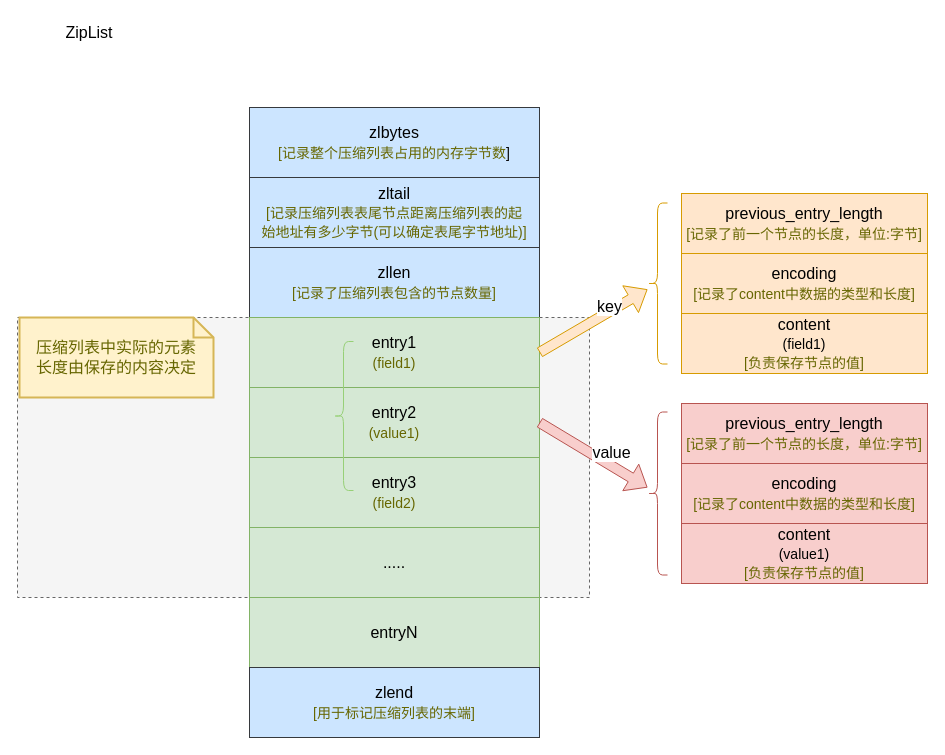
The draw.io diagram page "Redis-Hash" (2 of 6) of Redis/Redis.drawio in zhangyuying-cn/images, before the edit. Source tidied: cells renumbered, new cells numbered last; positions are measured from the earlier drawing's top-left corner, leaving out a move shared by most shapes. Both pictures are drawn from the tidied source at 100%, with x=0, y=0 at pixel (17, 17).
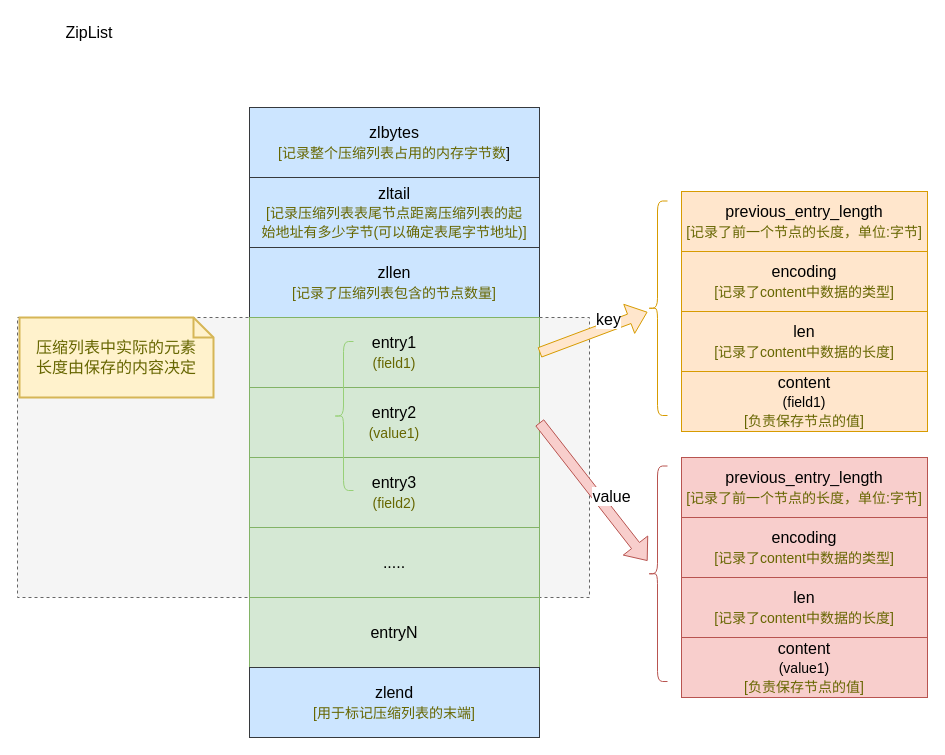
The same diagram, later.

Commit message (it also covers changes not shown here):
Hash-ziplist内存结构

Change to the diagram source:
```diff
@@
     <mxCell id="11" value="previous_entry_length&lt;br&gt;&lt;font color=&quot;#666600&quot; style=&quot;font-size: 14px;&quot;&gt;[&lt;/font&gt;&lt;span style=&quot;color: rgb(102, 102, 0); font-size: 14px;&quot;&gt;记录了前一个节点的长度，&lt;/span&gt;&lt;font color=&quot;#666600&quot; style=&quot;font-size: 14px;&quot;&gt;单位:字节]&lt;/font&gt;" style="rounded=0;whiteSpace=wrap;html=1;fontSize=16;strokeWidth=1;fillColor=#ffe6cc;strokeColor=#d79b00;" parent="1" vertex="1">
-      <mxGeometry x="664" y="176" width="246" height="60" as="geometry" />
+      <mxGeometry x="664" y="174" width="246" height="60" as="geometry" />
     </mxCell>
-    <mxCell id="12" value="encoding&lt;br&gt;&lt;font color=&quot;#666600&quot; style=&quot;font-size: 14px;&quot;&gt;[记录了content中数据的类型和长度]&lt;/font&gt;" style="rounded=0;whiteSpace=wrap;html=1;fontSize=16;strokeWidth=1;fillColor=#ffe6cc;strokeColor=#d79b00;" parent="1" vertex="1">
-      <mxGeometry x="664" y="236" width="246" height="60" as="geometry" />
+    <mxCell id="12" value="encoding&lt;br&gt;&lt;font color=&quot;#666600&quot; style=&quot;font-size: 14px;&quot;&gt;[记录了content中数据的类型]&lt;/font&gt;" style="rounded=0;whiteSpace=wrap;html=1;fontSize=16;strokeWidth=1;fillColor=#ffe6cc;strokeColor=#d79b00;" parent="1" vertex="1">
+      <mxGeometry x="664" y="234" width="246" height="60" as="geometry" />
     </mxCell>
     <mxCell id="13" value="content&lt;br&gt;&lt;font style=&quot;font-size: 14px;&quot;&gt;(field1)&lt;br&gt;&lt;font color=&quot;#666600&quot;&gt;[负责保存节点的值]&lt;/font&gt;&lt;/font&gt;" style="rounded=0;whiteSpace=wrap;html=1;fontSize=16;strokeWidth=1;fillColor=#ffe6cc;strokeColor=#d79b00;" parent="1" vertex="1">
-      <mxGeometry x="664" y="296" width="246" height="60" as="geometry" />
+      <mxGeometry x="664" y="354" width="246" height="60" as="geometry" />
     </mxCell>
     <mxCell id="14" style="shape=curlyBracket;whiteSpace=wrap;html=1;rounded=1;fontSize=16;strokeWidth=1;fillColor=#ffe6cc;strokeColor=#d79b00;" parent="1" vertex="1">
-      <mxGeometry x="630" y="185.5" width="20" height="161" as="geometry" />
+      <mxGeometry x="630" y="183.5" width="20" height="214.5" as="geometry" />
     </mxCell>
@@
     <mxCell id="17" style="shape=curlyBracket;whiteSpace=wrap;html=1;rounded=1;fontSize=16;strokeWidth=1;fillColor=#f8cecc;strokeColor=#b85450;" parent="1" vertex="1">
-      <mxGeometry x="630" y="394.5" width="20" height="163" as="geometry" />
+      <mxGeometry x="630" y="448.5" width="20" height="215.5" as="geometry" />
     </mxCell>
@@
     <mxCell id="22" value="previous_entry_length&lt;br&gt;&lt;font color=&quot;#666600&quot; style=&quot;font-size: 14px;&quot;&gt;[&lt;/font&gt;&lt;span style=&quot;color: rgb(102, 102, 0); font-size: 14px;&quot;&gt;记录了前一个节点的长度，&lt;/span&gt;&lt;font color=&quot;#666600&quot; style=&quot;font-size: 14px;&quot;&gt;单位:字节]&lt;/font&gt;" style="rounded=0;whiteSpace=wrap;html=1;fontSize=16;strokeWidth=1;fillColor=#f8cecc;strokeColor=#b85450;" parent="1" vertex="1">
-      <mxGeometry x="664" y="386" width="246" height="60" as="geometry" />
+      <mxGeometry x="664" y="440" width="246" height="60" as="geometry" />
     </mxCell>
-    <mxCell id="23" value="encoding&lt;br&gt;&lt;font color=&quot;#666600&quot; style=&quot;font-size: 14px;&quot;&gt;[记录了content中数据的类型和长度]&lt;/font&gt;" style="rounded=0;whiteSpace=wrap;html=1;fontSize=16;strokeWidth=1;fillColor=#f8cecc;strokeColor=#b85450;" parent="1" vertex="1">
-      <mxGeometry x="664" y="446" width="246" height="60" as="geometry" />
+    <mxCell id="23" value="encoding&lt;br&gt;&lt;font color=&quot;#666600&quot; style=&quot;font-size: 14px;&quot;&gt;[记录了content中数据的类型]&lt;/font&gt;" style="rounded=0;whiteSpace=wrap;html=1;fontSize=16;strokeWidth=1;fillColor=#f8cecc;strokeColor=#b85450;" parent="1" vertex="1">
+      <mxGeometry x="664" y="500" width="246" height="60" as="geometry" />
     </mxCell>
     <mxCell id="24" value="content&lt;br&gt;&lt;font style=&quot;font-size: 14px;&quot;&gt;(value1)&lt;br&gt;&lt;font color=&quot;#666600&quot;&gt;[负责保存节点的值]&lt;/font&gt;&lt;/font&gt;" style="rounded=0;whiteSpace=wrap;html=1;fontSize=16;strokeWidth=1;fillColor=#f8cecc;strokeColor=#b85450;" parent="1" vertex="1">
-      <mxGeometry x="664" y="506" width="246" height="60" as="geometry" />
+      <mxGeometry x="664" y="620" width="246" height="60" as="geometry" />
     </mxCell>
@@
+    <mxCell id="27" value="len&lt;br&gt;&lt;font color=&quot;#666600&quot; style=&quot;font-size: 14px;&quot;&gt;[记录了content中数据的长度]&lt;/font&gt;" style="rounded=0;whiteSpace=wrap;html=1;fontSize=16;strokeWidth=1;fillColor=#f8cecc;strokeColor=#b85450;" parent="1" vertex="1">
+      <mxGeometry x="664" y="560" width="246" height="60" as="geometry" />
+    </mxCell>
+    <mxCell id="28" value="len&lt;br&gt;&lt;font color=&quot;#666600&quot; style=&quot;font-size: 14px;&quot;&gt;[记录了content中数据的长度]&lt;/font&gt;" style="rounded=0;whiteSpace=wrap;html=1;fontSize=16;strokeWidth=1;fillColor=#ffe6cc;strokeColor=#d79b00;" parent="1" vertex="1">
+      <mxGeometry x="664" y="294" width="246" height="60" as="geometry" />
+    </mxCell>
```
